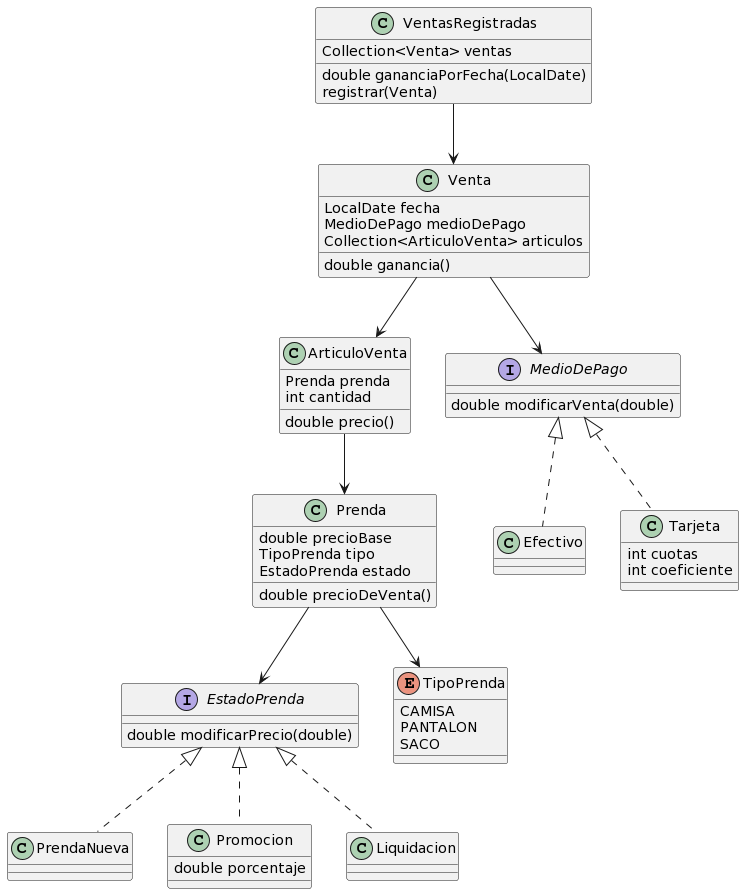
Above: macowins_diagrama.png in MarcoPiatti/dds_macowins (PlantUML), before the change.
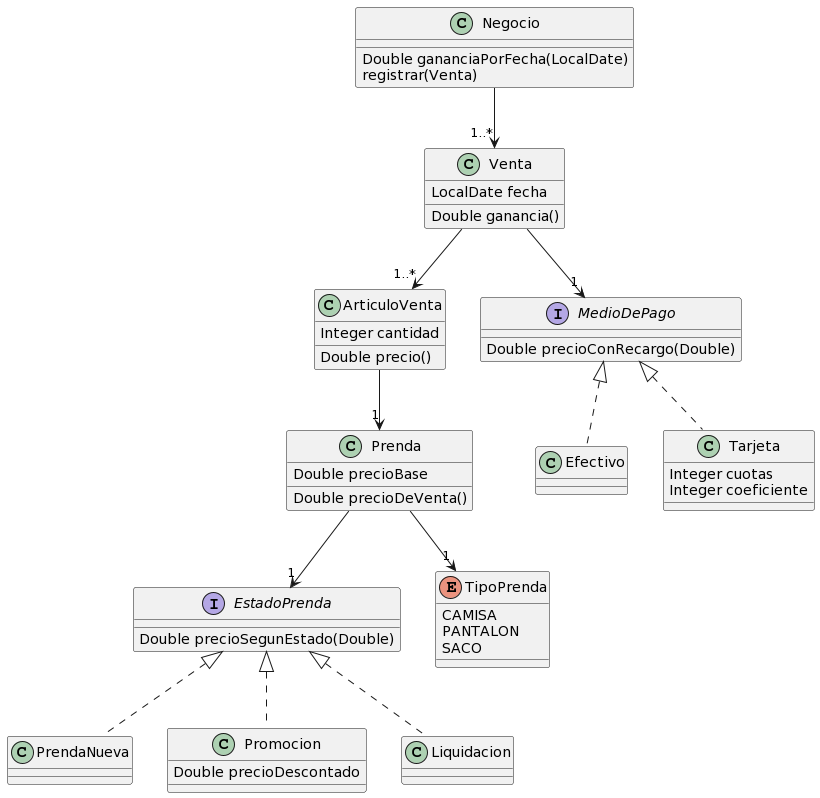
After the change.

Diff of the diagram source:
```diff
@@ -1,13 +1,13 @@
 @startuml
 interface EstadoPrenda {
-    double modificarPrecio(double)
+    Double precioSegunEstado(Double)
 }
 
 class PrendaNueva
 EstadoPrenda <|.. PrendaNueva
 
 class Promocion {
-    double porcentaje
+    Double precioDescontado
 }
 EstadoPrenda <|.. Promocion
 
@@ -16,56 +16,50 @@
 
 
 class Prenda {
-    double precioBase
-    TipoPrenda tipo
-    EstadoPrenda estado
-    double precioDeVenta()
+    Double precioBase
+    Double precioDeVenta()
 }
-Prenda --> EstadoPrenda
+Prenda --> "1" EstadoPrenda
 
 enum TipoPrenda {
     CAMISA
     PANTALON
     SACO
 }
-Prenda --> TipoPrenda
+Prenda --> "1" TipoPrenda
 
 
 
 class ArticuloVenta{
-    Prenda prenda
-    int cantidad
-    double precio()
+    Integer cantidad
+    Double precio()
 }
-ArticuloVenta --> Prenda
+ArticuloVenta --> "1" Prenda
 
 interface MedioDePago{
-    double modificarVenta(double)
+    Double precioConRecargo(Double)
 }
 
 class Efectivo
 MedioDePago <|.. Efectivo
 
 class Tarjeta {
-    int cuotas
-    int coeficiente
+    Integer cuotas
+    Integer coeficiente
 }
 MedioDePago <|.. Tarjeta
 
 class Venta {
     LocalDate fecha
-    MedioDePago medioDePago
-    Collection<ArticuloVenta> articulos
-    double ganancia()
+    Double ganancia()
 }
-Venta --> MedioDePago
-Venta --> ArticuloVenta
+Venta --> "1" MedioDePago
+Venta --> "1..*" ArticuloVenta
 
 
-class VentasRegistradas {
-    Collection<Venta> ventas
-    double gananciaPorFecha(LocalDate)
+class Negocio {
+    Double gananciaPorFecha(LocalDate)
     registrar(Venta)
 }
-VentasRegistradas --> Venta
+Negocio --> "1..*" Venta
 @enduml
```
